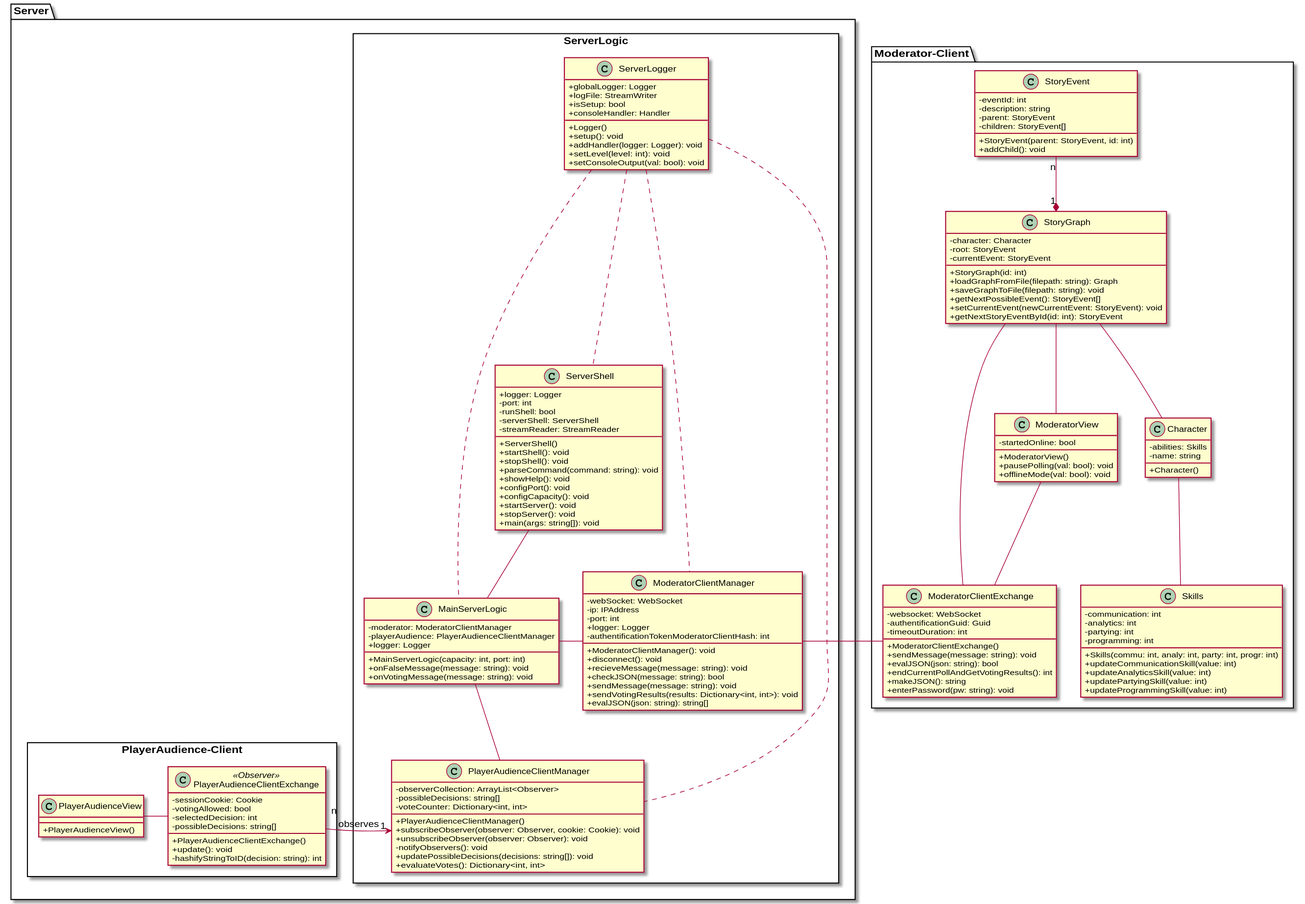
Brotenko/QualityQuest keeps this PlantUML diagram as Docs/Technical Specifications/docs/diagrams/ClassDiagrams/ClassDiagram.svg. Above is the earlier version.
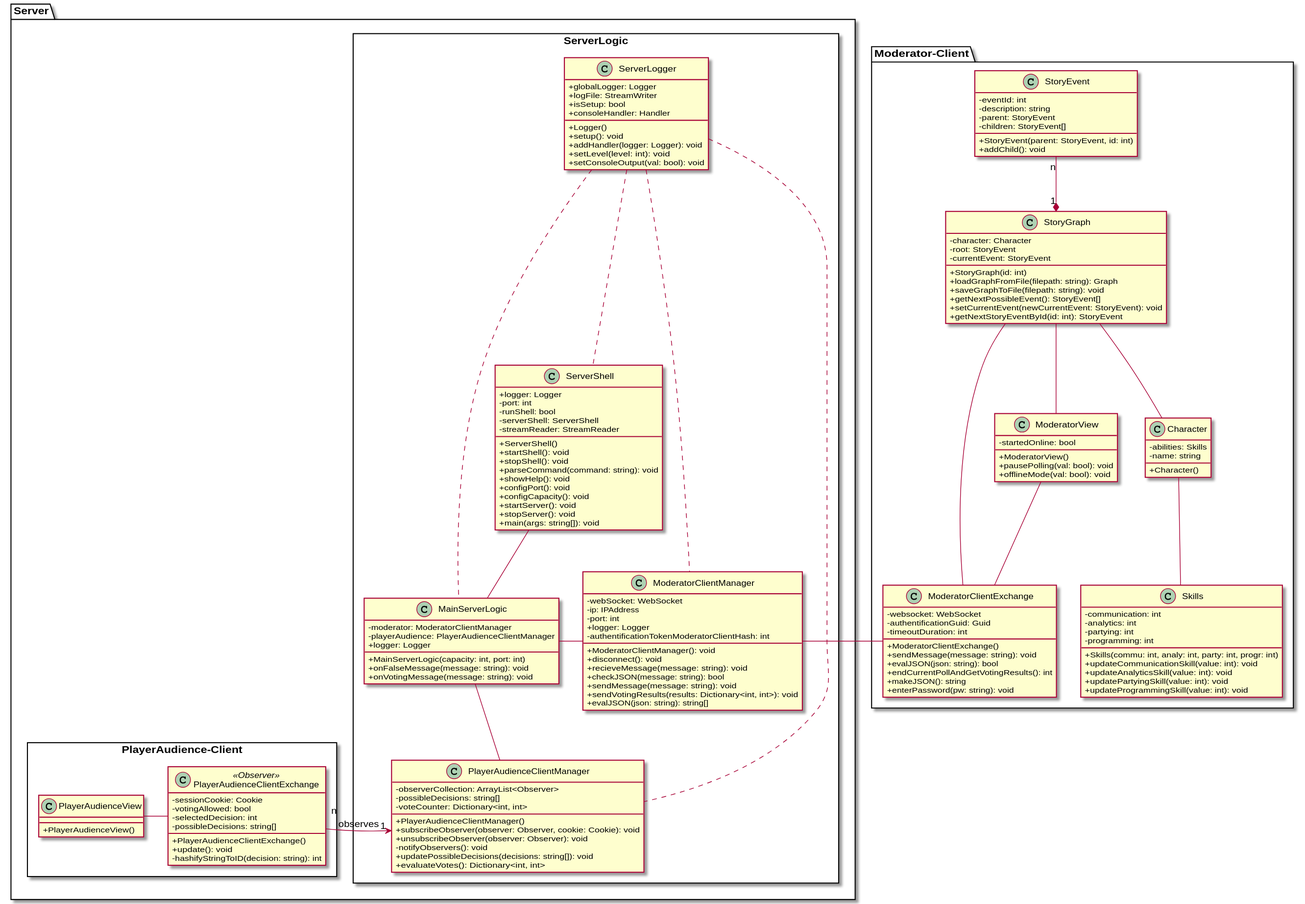
The same file after the commit.

Diff of the diagram source:
```diff
@@ -49,10 +49,10 @@
     {field} -partying: int
     {field} -programming: int
     {method} + Skills(commu: int, analy: int, party: int, progr: int)
-    {method} + updateCommunicationSkill(value: int)
-    {method} + updateAnalyticsSkill(value: int)
-    {method} + updatePartyingSkill(value: int)
-    {method} + updateProgrammingSkill(value: int)
+    {method} + updateCommunicationSkill(value: int): void
+    {method} + updateAnalyticsSkill(value: int): void
+    {method} + updatePartyingSkill(value: int): void
+    {method} + updateProgrammingSkill(value: int): void
   }
 
   class Character {
```
